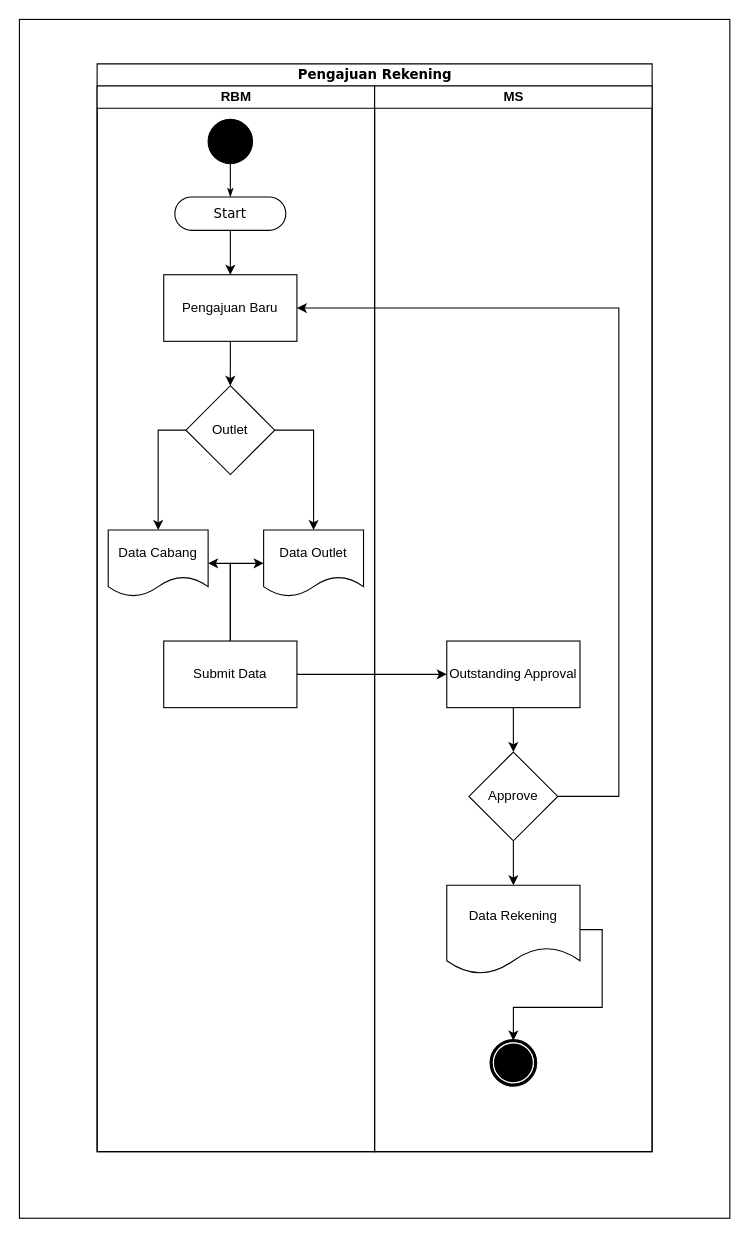
Above: page "BP-Rekening" (5 of 5) of Sitemap-PieMeS.drawio in muhamadfarkhan/system-analyst (draw.io), before the change. Source tidied: cells renumbered, new cells numbered last; positions are measured from the earlier drawing's top-left corner, leaving out a move shared by most shapes. Both pictures are drawn from the tidied source at 111%, with x=0, y=0 at pixel (19, 19).
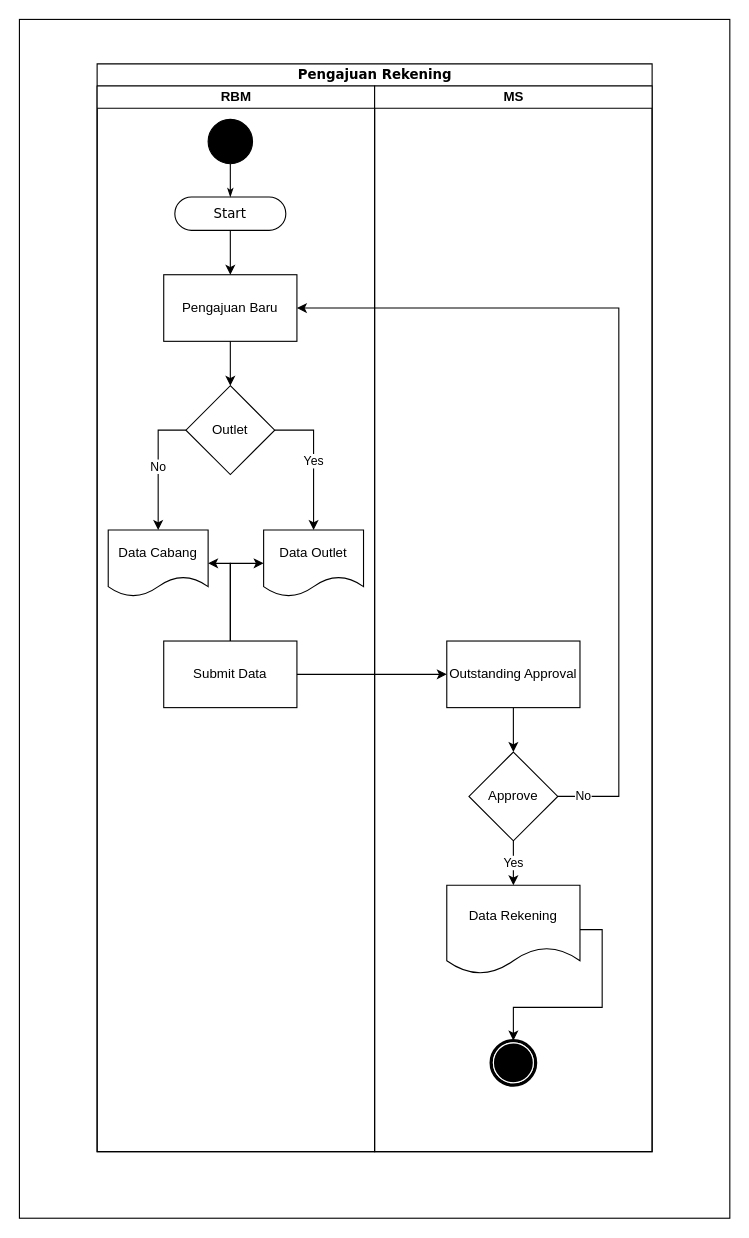
After the change.

Unchanged cells that the change refers to:
```xml
<mxCell id="3" value="Pengajuan Rekening" style="swimlane;html=1;startSize=20;rounded=0;shadow=0;comic=0;labelBackgroundColor=none;strokeWidth=1;fontFamily=Verdana;fontSize=12;align=center;" parent="1" vertex="1">
  <mxGeometry x="70" y="40" width="500" height="980" as="geometry" />
</mxCell>
<mxCell id="8" value="Pengajuan Baru" style="rounded=0;whiteSpace=wrap;html=1;" parent="4" vertex="1">
  <mxGeometry x="60" y="170" width="120" height="60" as="geometry" />
</mxCell>
<mxCell id="10" value="Data Cabang" style="shape=document;whiteSpace=wrap;html=1;boundedLbl=1;" parent="4" vertex="1">
  <mxGeometry x="10" y="400" width="90" height="60" as="geometry" />
</mxCell>
<mxCell id="13" value="MS" style="swimlane;html=1;startSize=20;" parent="3" vertex="1">
  <mxGeometry x="250" y="20" width="250" height="960" as="geometry" />
</mxCell>
<mxCell id="17" value="Approve" style="rhombus;whiteSpace=wrap;html=1;" parent="13" vertex="1">
  <mxGeometry x="85" y="600" width="80" height="80" as="geometry" />
</mxCell>
<mxCell id="19" value="Data Rekening" style="shape=document;whiteSpace=wrap;html=1;boundedLbl=1;" parent="13" vertex="1">
  <mxGeometry x="65" y="720" width="120" height="80" as="geometry" />
</mxCell>
<mxCell id="25" value="Outlet" style="rhombus;whiteSpace=wrap;html=1;" parent="1" vertex="1">
  <mxGeometry x="150" y="330" width="80" height="80" as="geometry" />
</mxCell>
<mxCell id="27" value="Data Outlet" style="shape=document;whiteSpace=wrap;html=1;boundedLbl=1;" parent="1" vertex="1">
  <mxGeometry x="220" y="460" width="90" height="60" as="geometry" />
</mxCell>
```

Change to the diagram source:
```diff
@@
-    <mxCell id="16" style="edgeStyle=orthogonalEdgeStyle;rounded=0;jettySize=auto;html=1;exitX=0.5;exitY=1;exitDx=0;exitDy=0;entryX=0.5;entryY=0;entryDx=0;entryDy=0;" parent="13" edge="1" source="17" target="19">
+    <mxCell id="16" value="Yes" style="edgeStyle=orthogonalEdgeStyle;rounded=0;jettySize=auto;html=1;exitX=0.5;exitY=1;exitDx=0;exitDy=0;entryX=0.5;entryY=0;entryDx=0;entryDy=0;" parent="13" edge="1" source="17" target="19">
       <mxGeometry relative="1" as="geometry" />
     </mxCell>
@@
-    <mxCell id="22" style="edgeStyle=orthogonalEdgeStyle;rounded=0;jettySize=auto;html=1;exitX=1;exitY=0.5;exitDx=0;exitDy=0;entryX=1;entryY=0.5;entryDx=0;entryDy=0;" parent="3" edge="1" source="17" target="8">
-      <mxGeometry relative="1" as="geometry">
+    <mxCell id="22" value="No" style="edgeStyle=orthogonalEdgeStyle;rounded=0;jettySize=auto;html=1;exitX=1;exitY=0.5;exitDx=0;exitDy=0;entryX=1;entryY=0.5;entryDx=0;entryDy=0;" parent="3" edge="1" source="17" target="8">
+      <mxGeometry x="-0.94" relative="1" as="geometry">
         <Array as="points">
           <mxPoint x="470" y="660" />
           <mxPoint x="470" y="220" />
         </Array>
+        <mxPoint x="-1" as="offset" />
       </mxGeometry>
     </mxCell>
-    <mxCell id="23" style="edgeStyle=orthogonalEdgeStyle;rounded=0;jettySize=auto;html=1;exitX=0;exitY=0.5;exitDx=0;exitDy=0;entryX=0.5;entryY=0;entryDx=0;entryDy=0;" parent="1" edge="1" source="25" target="10">
+    <mxCell id="23" value="No" style="edgeStyle=orthogonalEdgeStyle;rounded=0;jettySize=auto;html=1;exitX=0;exitY=0.5;exitDx=0;exitDy=0;entryX=0.5;entryY=0;entryDx=0;entryDy=0;" parent="1" edge="1" source="25" target="10">
       <mxGeometry relative="1" as="geometry" />
     </mxCell>
-    <mxCell id="24" style="edgeStyle=orthogonalEdgeStyle;rounded=0;jettySize=auto;html=1;exitX=1;exitY=0.5;exitDx=0;exitDy=0;" parent="1" edge="1" source="25" target="27">
+    <mxCell id="24" value="Yes" style="edgeStyle=orthogonalEdgeStyle;rounded=0;jettySize=auto;html=1;exitX=1;exitY=0.5;exitDx=0;exitDy=0;" parent="1" edge="1" source="25" target="27">
       <mxGeometry relative="1" as="geometry" />
     </mxCell>
```
